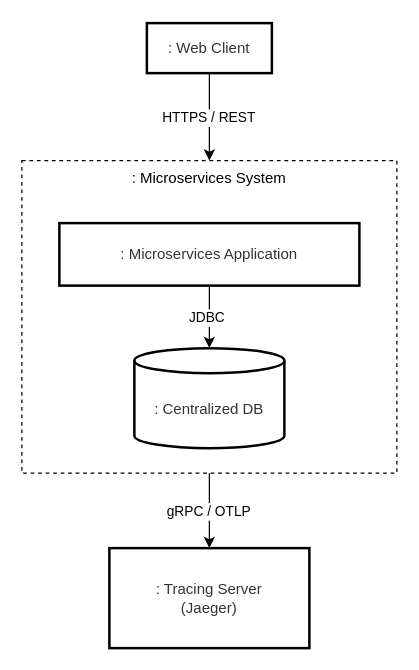
socialsoftware/microservices-simulator keeps this draw.io diagram as data/figs/architecture/topology_local.drawio. Above is the earlier version. Source tidied: cells renumbered, new cells numbered last; positions are measured from the earlier drawing's top-left corner, leaving out a move shared by most shapes. Both pictures are drawn from the tidied source at 125%, with x=0, y=0 at pixel (21, 22).
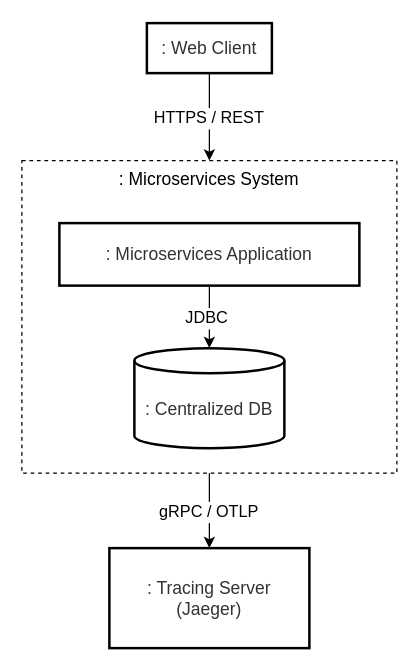
Above is the later version.

What changed in the source:
```diff
@@
 <mxGraphModel background="#ffffff">
   <root>
     <mxCell id="0" />
     <mxCell id="1" parent="0" />
-    <mxCell id="2" value=": Microservices System" style="whiteSpace=wrap;strokeWidth=1;verticalAlign=top;dashed=1;dashPattern=3 3;" parent="1" vertex="1">
+    <mxCell id="2" value=": Microservices System" style="whiteSpace=wrap;strokeWidth=1;verticalAlign=top;dashed=1;dashPattern=3 3;fontSize=14;" parent="1" vertex="1">
       <mxGeometry y="110" width="300" height="250" as="geometry" />
     </mxCell>
-    <mxCell id="3" value=": Web Client" style="whiteSpace=wrap;strokeWidth=2;fillColor=#ffffff;strokeColor=#000000;fontColor=light-dark(#333333,#cccccc);" parent="1" vertex="1">
+    <mxCell id="3" value=": Web Client" style="whiteSpace=wrap;strokeWidth=2;fillColor=#ffffff;strokeColor=#000000;fontColor=light-dark(#333333,#cccccc);fontSize=14;" parent="1" vertex="1">
       <mxGeometry x="100" width="100" height="40" as="geometry" />
     </mxCell>
-    <mxCell id="4" value=": Tracing Server&#10;(Jaeger)" style="whiteSpace=wrap;strokeWidth=2;fillColor=#ffffff;strokeColor=#000000;fontColor=light-dark(#333333,#cccccc);" parent="1" vertex="1">
+    <mxCell id="4" value=": Tracing Server&#10;(Jaeger)" style="whiteSpace=wrap;strokeWidth=2;fillColor=#ffffff;strokeColor=#000000;fontColor=light-dark(#333333,#cccccc);fontSize=14;" parent="1" vertex="1">
       <mxGeometry x="70" y="420" width="160" height="80" as="geometry" />
     </mxCell>
-    <mxCell id="5" value="HTTPS / REST" style="curved=1;startArrow=none;endArrow=classic;exitX=0.5;exitY=1;entryX=0.5;entryY=0;rounded=0;endFill=1;" parent="1" edge="1" source="3" target="2">
+    <mxCell id="5" value="HTTPS / REST" style="curved=1;startArrow=none;endArrow=classic;exitX=0.5;exitY=1;entryX=0.5;entryY=0;rounded=0;endFill=1;fontSize=13;" parent="1" edge="1" source="3" target="2">
       <mxGeometry relative="1" as="geometry" />
     </mxCell>
-    <mxCell id="6" value="gRPC / OTLP" style="curved=1;startArrow=none;endArrow=classic;exitX=0.5;exitY=1;entryX=0.5;entryY=0;rounded=0;endFill=1;" parent="1" edge="1" source="2" target="4">
+    <mxCell id="6" value="gRPC / OTLP" style="curved=1;startArrow=none;endArrow=classic;exitX=0.5;exitY=1;entryX=0.5;entryY=0;rounded=0;endFill=1;fontSize=13;" parent="1" edge="1" source="2" target="4">
       <mxGeometry relative="1" as="geometry" />
     </mxCell>
-    <mxCell id="7" value=": Microservices Application" style="whiteSpace=wrap;strokeWidth=2;fillColor=#ffffff;strokeColor=#000000;fontColor=light-dark(#333333,#cccccc);" parent="1" vertex="1">
+    <mxCell id="7" value=": Microservices Application" style="whiteSpace=wrap;strokeWidth=2;fillColor=#ffffff;strokeColor=#000000;fontColor=light-dark(#333333,#cccccc);fontSize=14;" parent="1" vertex="1">
       <mxGeometry x="30" y="160" width="240" height="50" as="geometry" />
     </mxCell>
-    <mxCell id="8" value=": Centralized DB" style="shape=cylinder3;boundedLbl=1;backgroundOutline=1;size=10;strokeWidth=2;whiteSpace=wrap;fillColor=#ffffff;strokeColor=#000000;fontColor=light-dark(#333333,#cccccc);" parent="1" vertex="1">
+    <mxCell id="8" value=": Centralized DB" style="shape=cylinder3;boundedLbl=1;backgroundOutline=1;size=10;strokeWidth=2;whiteSpace=wrap;fillColor=#ffffff;strokeColor=#000000;fontColor=light-dark(#333333,#cccccc);fontSize=14;" parent="1" vertex="1">
       <mxGeometry x="90" y="260" width="120" height="80" as="geometry" />
     </mxCell>
-    <mxCell id="9" value="JDBC " style="curved=1;startArrow=none;endArrow=classic;strokeWidth=1;rounded=0;endFill=1;" parent="1" edge="1" target="8">
+    <mxCell id="9" value="JDBC " style="curved=1;startArrow=none;endArrow=classic;strokeWidth=1;rounded=0;endFill=1;fontSize=13;" parent="1" edge="1" target="8">
       <mxGeometry relative="1" as="geometry">
         <mxPoint x="150" y="210" as="sourcePoint" />
       </mxGeometry>
     </mxCell>
   </root>
 </mxGraphModel>
```
